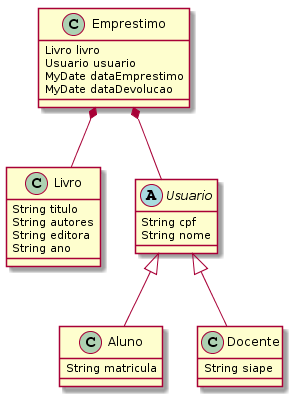
Earlier version of the PlantUML export 06-biblioteca/diagrama-de-classes2.png (hvescovi/programar2019).
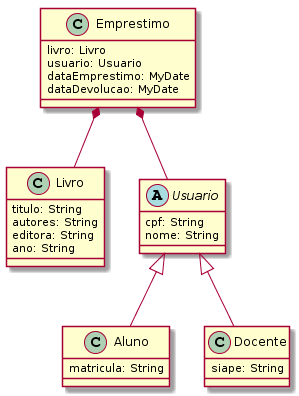
Above is the later version.

The edit, as a diff of the source:
```diff
@@ -1,29 +1,29 @@
 @startuml
 class Emprestimo {
-  Livro livro
-  Usuario usuario
-  MyDate dataEmprestimo
-  MyDate dataDevolucao
+  livro: Livro
+  usuario: Usuario
+  dataEmprestimo: MyDate
+  dataDevolucao: MyDate
 }
 
 class Livro {
-  String titulo
-  String autores
-  String editora
-  String ano
+  titulo: String
+  autores: String
+  editora: String
+  ano: String
 }
 
 abstract class Usuario {
-  String cpf
-  String nome
+  cpf: String
+  nome: String
 }
 
 class Aluno {
-  String matricula
+  matricula: String
 }
 
 class Docente {
-  String siape
+  siape: String
 }
 
 Emprestimo *-- Livro
```
